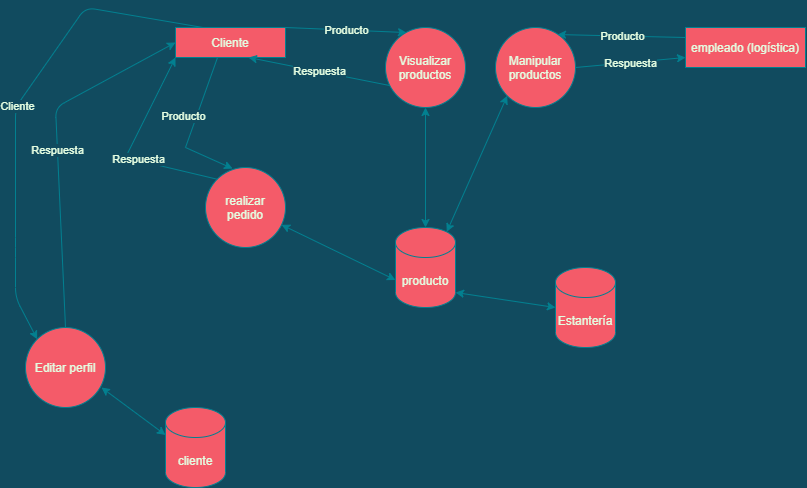
Above: DFD-RM.drawio.png in AlexAcevedo447/AlexAcevedo447 (draw.io), before the change. Source tidied: cells renumbered, new cells last; positions are measured from the earlier drawing's top-left corner, leaving out a move shared by most shapes.
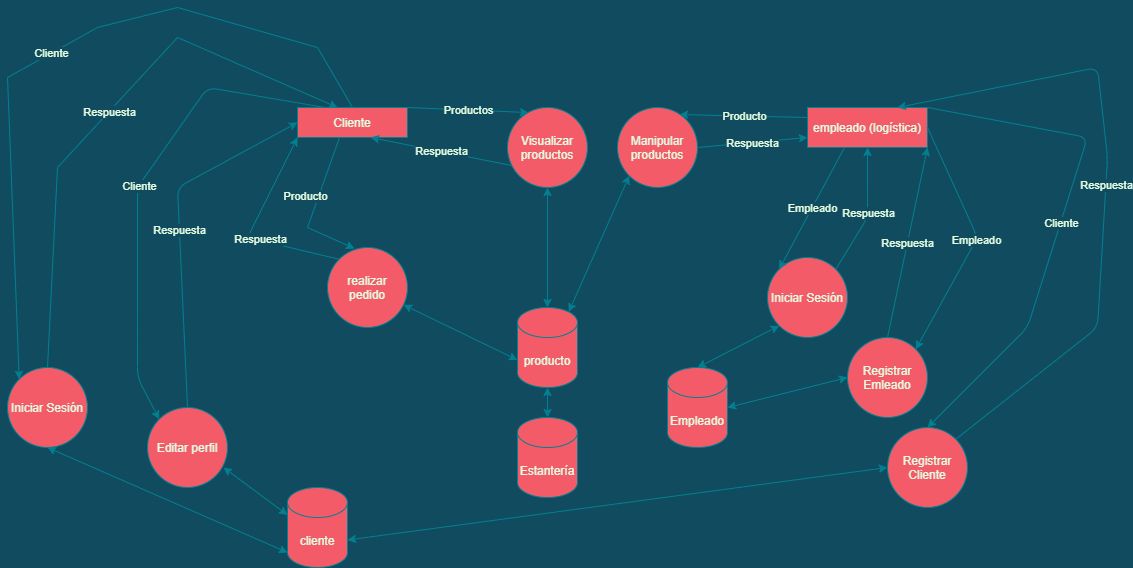
After the commit.

The edit, as a diff of the source:
```diff
@@ -23,7 +23,7 @@
     <mxCell id="8" style="endArrow=classic;html=1;rounded=0;exitX=1;exitY=0;exitDx=0;exitDy=0;entryX=0.263;entryY=0.063;entryDx=0;entryDy=0;entryPerimeter=0;strokeColor=#028090;fontColor=#E4FDE1;labelBackgroundColor=#114B5F;" parent="1" edge="1" source="2" target="4">
       <mxGeometry relative="1" as="geometry" />
     </mxCell>
-    <mxCell id="9" value="Producto" style="edgeLabel;html=1;align=center;verticalAlign=middle;fontColor=#E4FDE1;labelBackgroundColor=#114B5F;" parent="8" vertex="1">
+    <mxCell id="9" value="Productos" style="edgeLabel;html=1;align=center;verticalAlign=middle;fontColor=#E4FDE1;labelBackgroundColor=#114B5F;" parent="8" vertex="1">
       <mxGeometry relative="1" as="geometry" />
     </mxCell>
     <mxCell id="10" value="Manipular productos" style="ellipse;whiteSpace=wrap;html=1;fillColor=#F45B69;strokeColor=#028090;fontColor=#E4FDE1;" parent="1" vertex="1">
@@ -51,9 +51,9 @@
       <mxGeometry relative="1" as="geometry" />
     </mxCell>
     <mxCell id="18" value="Estantería" style="shape=cylinder3;whiteSpace=wrap;html=1;boundedLbl=1;backgroundOutline=1;size=15;fillColor=#F45B69;strokeColor=#028090;fontColor=#E4FDE1;" parent="1" vertex="1">
-      <mxGeometry x="540" y="260" width="60" height="80" as="geometry" />
+      <mxGeometry x="380" y="330" width="60" height="80" as="geometry" />
     </mxCell>
-    <mxCell id="19" style="endArrow=classic;startArrow=classic;html=1;rounded=0;exitX=1;exitY=1;exitDx=0;exitDy=-15;exitPerimeter=0;entryX=0;entryY=0.5;entryDx=0;entryDy=0;entryPerimeter=0;strokeColor=#028090;fontColor=#E4FDE1;labelBackgroundColor=#114B5F;" parent="1" edge="1" source="3" target="18">
+    <mxCell id="19" style="endArrow=classic;startArrow=classic;html=1;rounded=0;exitX=0.5;exitY=1;exitDx=0;exitDy=0;exitPerimeter=0;entryX=0.5;entryY=0;entryDx=0;entryDy=0;entryPerimeter=0;strokeColor=#028090;fontColor=#E4FDE1;labelBackgroundColor=#114B5F;" parent="1" edge="1" source="3" target="18">
       <mxGeometry relative="1" as="geometry" />
     </mxCell>
     <mxCell id="20" value="realizar pedido" style="ellipse;whiteSpace=wrap;html=1;fillColor=#F45B69;strokeColor=#028090;fontColor=#E4FDE1;" parent="1" vertex="1">
@@ -118,5 +118,112 @@
     <mxCell id="32" value="Respuesta" style="edgeLabel;html=1;align=center;verticalAlign=middle;rounded=0;sketch=0;fontColor=#E4FDE1;strokeColor=#028090;fillColor=#F45B69;labelBackgroundColor=#114B5F;" parent="31" vertex="1">
       <mxGeometry relative="1" as="geometry" />
     </mxCell>
+    <mxCell id="33" value="Iniciar Sesión" style="ellipse;whiteSpace=wrap;html=1;fillColor=#F45B69;strokeColor=#028090;fontColor=#E4FDE1;" parent="1" vertex="1">
+      <mxGeometry x="-130" y="280" width="80" height="80" as="geometry" />
+    </mxCell>
+    <mxCell id="34" style="endArrow=classic;html=1;rounded=0;exitX=0.5;exitY=0;exitDx=0;exitDy=0;entryX=0;entryY=0;entryDx=0;entryDy=0;strokeColor=#028090;fontColor=#E4FDE1;labelBackgroundColor=#114B5F;" parent="1" edge="1" source="2" target="33">
+      <mxGeometry relative="1" as="geometry">
+        <Array as="points">
+          <mxPoint x="180" y="-40" />
+          <mxPoint x="40" y="-80" />
+          <mxPoint x="-40" y="-60" />
+          <mxPoint x="-130" y="-10" />
+        </Array>
+      </mxGeometry>
+    </mxCell>
+    <mxCell id="35" value="Cliente" style="edgeLabel;html=1;align=center;verticalAlign=middle;fontColor=#E4FDE1;labelBackgroundColor=#114B5F;" parent="34" vertex="1">
+      <mxGeometry relative="1" as="geometry" />
+    </mxCell>
+    <mxCell id="36" style="endArrow=classic;startArrow=classic;html=1;rounded=0;exitX=0.5;exitY=1;exitDx=0;exitDy=0;entryX=0;entryY=1;entryDx=0;entryDy=-15;entryPerimeter=0;strokeColor=#028090;fontColor=#E4FDE1;labelBackgroundColor=#114B5F;" parent="1" edge="1" source="33" target="26">
+      <mxGeometry relative="1" as="geometry" />
+    </mxCell>
+    <mxCell id="37" style="endArrow=classic;html=1;rounded=0;exitX=0.5;exitY=0;exitDx=0;exitDy=0;entryX=0.364;entryY=0;entryDx=0;entryDy=0;entryPerimeter=0;strokeColor=#028090;fontColor=#E4FDE1;labelBackgroundColor=#114B5F;" parent="1" edge="1" source="33" target="2">
+      <mxGeometry relative="1" as="geometry">
+        <Array as="points">
+          <mxPoint x="-80" y="80" />
+          <mxPoint x="40" y="-50" />
+        </Array>
+      </mxGeometry>
+    </mxCell>
+    <mxCell id="38" value="Respuesta" style="edgeLabel;html=1;align=center;verticalAlign=middle;fontColor=#E4FDE1;labelBackgroundColor=#114B5F;" parent="37" vertex="1">
+      <mxGeometry relative="1" as="geometry" />
+    </mxCell>
+    <mxCell id="39" value="Empleado" style="shape=cylinder3;whiteSpace=wrap;html=1;boundedLbl=1;backgroundOutline=1;size=15;rounded=0;sketch=0;fontColor=#E4FDE1;strokeColor=#028090;fillColor=#F45B69;" parent="1" vertex="1">
+      <mxGeometry x="530" y="280" width="60" height="80" as="geometry" />
+    </mxCell>
+    <mxCell id="40" value="Iniciar Sesión" style="ellipse;whiteSpace=wrap;html=1;rounded=0;sketch=0;fontColor=#E4FDE1;strokeColor=#028090;fillColor=#F45B69;" parent="1" vertex="1">
+      <mxGeometry x="630" y="170" width="80" height="80" as="geometry" />
+    </mxCell>
+    <mxCell id="41" style="endArrow=classic;startArrow=classic;html=1;rounded=1;sketch=0;fontColor=#E4FDE1;strokeColor=#028090;fillColor=#F45B69;curved=0;entryX=0;entryY=1;entryDx=0;entryDy=0;exitX=0.5;exitY=0;exitDx=0;exitDy=0;exitPerimeter=0;labelBackgroundColor=#114B5F;" parent="1" edge="1" source="39" target="40">
+      <mxGeometry relative="1" as="geometry" />
+    </mxCell>
+    <mxCell id="42" style="endArrow=classic;html=1;rounded=1;sketch=0;fontColor=#E4FDE1;strokeColor=#028090;fillColor=#F45B69;curved=0;exitX=1;exitY=0;exitDx=0;exitDy=0;entryX=0.5;entryY=1;entryDx=0;entryDy=0;labelBackgroundColor=#114B5F;" parent="1" edge="1" source="40" target="11">
+      <mxGeometry relative="1" as="geometry">
+        <Array as="points">
+          <mxPoint x="730" y="130" />
+          <mxPoint x="730" y="110" />
+        </Array>
+      </mxGeometry>
+    </mxCell>
+    <mxCell id="43" value="Respuesta" style="edgeLabel;html=1;align=center;verticalAlign=middle;rounded=0;sketch=0;fontColor=#E4FDE1;strokeColor=#028090;fillColor=#F45B69;labelBackgroundColor=#114B5F;" parent="42" vertex="1">
+      <mxGeometry relative="1" as="geometry" />
+    </mxCell>
+    <mxCell id="44" style="endArrow=classic;html=1;rounded=1;sketch=0;fontColor=#E4FDE1;strokeColor=#028090;fillColor=#F45B69;curved=0;exitX=0.308;exitY=1;exitDx=0;exitDy=0;exitPerimeter=0;entryX=0;entryY=0;entryDx=0;entryDy=0;labelBackgroundColor=#114B5F;" parent="1" edge="1" source="11" target="40">
+      <mxGeometry relative="1" as="geometry" />
+    </mxCell>
+    <mxCell id="45" value="Empleado" style="edgeLabel;html=1;align=center;verticalAlign=middle;rounded=0;sketch=0;fontColor=#E4FDE1;strokeColor=#028090;fillColor=#F45B69;labelBackgroundColor=#114B5F;" parent="44" vertex="1">
+      <mxGeometry relative="1" as="geometry" />
+    </mxCell>
+    <mxCell id="46" value="Registrar Emleado" style="ellipse;whiteSpace=wrap;html=1;rounded=0;sketch=0;fontColor=#E4FDE1;strokeColor=#028090;fillColor=#F45B69;" parent="1" vertex="1">
+      <mxGeometry x="710" y="250" width="80" height="80" as="geometry" />
+    </mxCell>
+    <mxCell id="47" style="endArrow=classic;html=1;rounded=1;sketch=0;fontColor=#E4FDE1;strokeColor=#028090;fillColor=#F45B69;curved=0;exitX=0.5;exitY=0;exitDx=0;exitDy=0;entryX=1;entryY=1;entryDx=0;entryDy=0;labelBackgroundColor=#114B5F;" parent="1" edge="1" source="46" target="11">
+      <mxGeometry relative="1" as="geometry" />
+    </mxCell>
+    <mxCell id="48" value="Respuesta" style="edgeLabel;html=1;align=center;verticalAlign=middle;rounded=0;sketch=0;fontColor=#E4FDE1;strokeColor=#028090;fillColor=#F45B69;labelBackgroundColor=#114B5F;" parent="47" vertex="1">
+      <mxGeometry relative="1" as="geometry" />
+    </mxCell>
+    <mxCell id="49" style="endArrow=classic;startArrow=classic;html=1;rounded=1;sketch=0;fontColor=#E4FDE1;strokeColor=#028090;fillColor=#F45B69;curved=0;entryX=0;entryY=0.5;entryDx=0;entryDy=0;exitX=1;exitY=0.5;exitDx=0;exitDy=0;exitPerimeter=0;labelBackgroundColor=#114B5F;" parent="1" edge="1" source="39" target="46">
+      <mxGeometry relative="1" as="geometry" />
+    </mxCell>
+    <mxCell id="50" style="endArrow=classic;html=1;rounded=1;sketch=0;fontColor=#E4FDE1;strokeColor=#028090;fillColor=#F45B69;curved=0;exitX=1;exitY=0.5;exitDx=0;exitDy=0;entryX=1;entryY=0;entryDx=0;entryDy=0;labelBackgroundColor=#114B5F;" parent="1" edge="1" source="11" target="46">
+      <mxGeometry relative="1" as="geometry">
+        <Array as="points">
+          <mxPoint x="840" y="150" />
+        </Array>
+      </mxGeometry>
+    </mxCell>
+    <mxCell id="51" value="Empleado" style="edgeLabel;html=1;align=center;verticalAlign=middle;rounded=0;sketch=0;fontColor=#E4FDE1;strokeColor=#028090;fillColor=#F45B69;labelBackgroundColor=#114B5F;" parent="50" vertex="1">
+      <mxGeometry relative="1" as="geometry" />
+    </mxCell>
+    <mxCell id="52" value="Registrar Cliente" style="ellipse;whiteSpace=wrap;html=1;rounded=0;sketch=0;fontColor=#E4FDE1;strokeColor=#028090;fillColor=#F45B69;" parent="1" vertex="1">
+      <mxGeometry x="750" y="340" width="80" height="80" as="geometry" />
+    </mxCell>
+    <mxCell id="53" style="endArrow=classic;html=1;rounded=1;sketch=0;fontColor=#E4FDE1;strokeColor=#028090;fillColor=#F45B69;curved=0;exitX=1;exitY=0;exitDx=0;exitDy=0;entryX=0.5;entryY=0;entryDx=0;entryDy=0;labelBackgroundColor=#114B5F;" parent="1" edge="1" source="11" target="52">
+      <mxGeometry relative="1" as="geometry">
+        <Array as="points">
+          <mxPoint x="950" y="50" />
+          <mxPoint x="890" y="240" />
+        </Array>
+      </mxGeometry>
+    </mxCell>
+    <mxCell id="54" value="Cliente" style="edgeLabel;html=1;align=center;verticalAlign=middle;rounded=0;sketch=0;fontColor=#E4FDE1;strokeColor=#028090;fillColor=#F45B69;labelBackgroundColor=#114B5F;" parent="53" vertex="1">
+      <mxGeometry relative="1" as="geometry" />
+    </mxCell>
+    <mxCell id="55" style="endArrow=classic;html=1;rounded=1;sketch=0;fontColor=#E4FDE1;strokeColor=#028090;fillColor=#F45B69;curved=0;exitX=1;exitY=0;exitDx=0;exitDy=0;entryX=0.75;entryY=0;entryDx=0;entryDy=0;labelBackgroundColor=#114B5F;" parent="1" edge="1" source="52" target="11">
+      <mxGeometry relative="1" as="geometry">
+        <Array as="points">
+          <mxPoint x="960" y="240" />
+          <mxPoint x="970" y="70" />
+          <mxPoint x="960" y="-20" />
+        </Array>
+      </mxGeometry>
+    </mxCell>
+    <mxCell id="56" value="Respuesta" style="edgeLabel;html=1;align=center;verticalAlign=middle;rounded=0;sketch=0;fontColor=#E4FDE1;strokeColor=#028090;fillColor=#F45B69;labelBackgroundColor=#114B5F;" parent="55" vertex="1">
+      <mxGeometry relative="1" as="geometry" />
+    </mxCell>
+    <mxCell id="57" style="endArrow=classic;startArrow=classic;html=1;rounded=1;sketch=0;fontColor=#E4FDE1;strokeColor=#028090;fillColor=#F45B69;curved=0;exitX=1;exitY=0;exitDx=0;exitDy=52.5;exitPerimeter=0;entryX=0;entryY=0.5;entryDx=0;entryDy=0;" parent="1" edge="1" source="26" target="52">
+      <mxGeometry relative="1" as="geometry" />
+    </mxCell>
   </root>
 </mxGraphModel>
```
